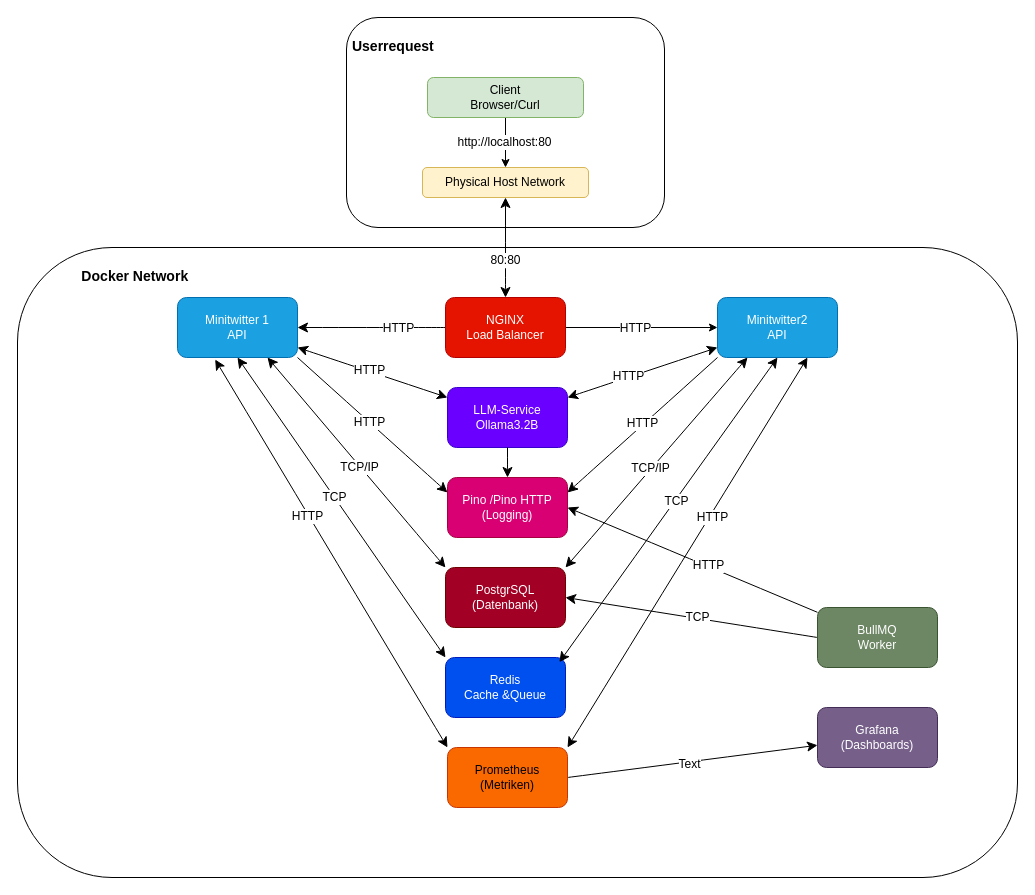
Before: arcitecture/Microservices Architektur.drawio in Spooner8/minitwitter, a draw.io diagram. Source tidied: cells renumbered, new cells numbered last; positions are measured from the earlier drawing's top-left corner, leaving out a move shared by most shapes. Both pictures are drawn from the tidied source at 100%, with x=0, y=0 at pixel (17, 17).
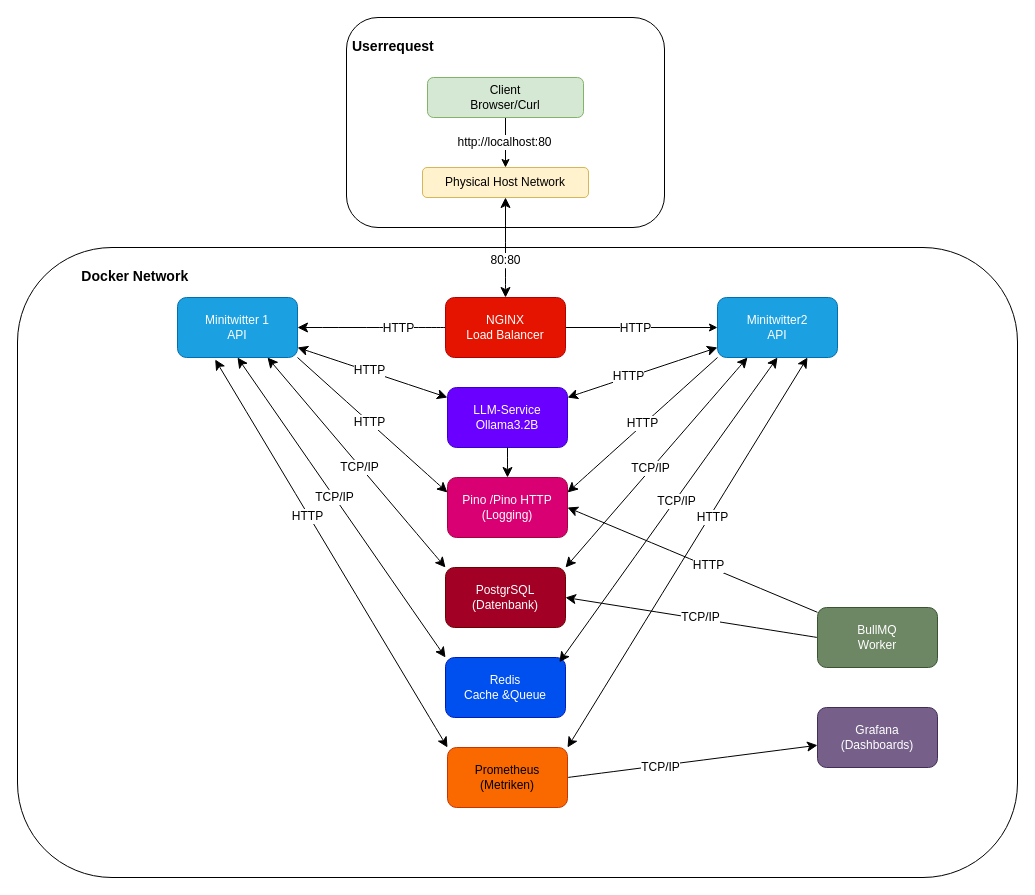
After the change.

The change refers to these unchanged cells:
```xml
<mxCell id="18" style="edgeStyle=none;curved=1;rounded=0;jettySize=auto;html=1;exitX=1;exitY=0.5;exitDx=0;exitDy=0;fontSize=12;startSize=8;endSize=8;" parent="1" edge="1" source="20" target="21">
  <mxGeometry relative="1" as="geometry" />
</mxCell>
<mxCell id="32" style="edgeStyle=none;curved=1;rounded=0;jettySize=auto;html=1;exitX=0;exitY=0.5;exitDx=0;exitDy=0;fontSize=12;startSize=8;endSize=8;entryX=1;entryY=0.5;entryDx=0;entryDy=0;" parent="1" edge="1" source="34" target="31">
  <mxGeometry relative="1" as="geometry" />
</mxCell>
<mxCell id="45" style="endArrow=classic;startArrow=classic;html=1;rounded=0;fontSize=12;startSize=8;endSize=8;curved=1;exitX=0.5;exitY=1;exitDx=0;exitDy=0;entryX=0.949;entryY=0.078;entryDx=0;entryDy=0;entryPerimeter=0;" parent="1" edge="1" source="14" target="17">
  <mxGeometry relative="1" as="geometry" />
</mxCell>
<mxCell id="47" style="endArrow=classic;startArrow=classic;html=1;rounded=0;fontSize=12;startSize=8;endSize=8;curved=1;exitX=0;exitY=0;exitDx=0;exitDy=0;entryX=0.5;entryY=1;entryDx=0;entryDy=0;" parent="1" edge="1" source="17" target="13">
  <mxGeometry relative="1" as="geometry" />
</mxCell>
```

The edit, as a diff of the source:
```diff
@@
-    <mxCell id="19" value="Text" style="edgeLabel;html=1;align=center;verticalAlign=middle;fontSize=12;" parent="18" vertex="1">
-      <mxGeometry x="-0.03" y="-2" relative="1" as="geometry" />
-    </mxCell>
+    <mxCell id="53" value="TCP/IP" style="edgeLabel;html=1;align=center;verticalAlign=middle;fontSize=12;" parent="18" vertex="1">
+      <mxGeometry x="-0.26" y="-1" relative="1" as="geometry" />
+    </mxCell>
@@
-    <mxCell id="33" value="TCP" style="edgeLabel;html=1;align=center;verticalAlign=middle;fontSize=12;" parent="32" vertex="1">
+    <mxCell id="33" value="TCP/IP" style="edgeLabel;html=1;align=center;verticalAlign=middle;fontSize=12;" parent="32" vertex="1">
       <mxGeometry x="-0.05" y="5" relative="1" as="geometry">
-        <mxPoint y="-6" as="offset" />
+        <mxPoint x="3" y="-6" as="offset" />
       </mxGeometry>
     </mxCell>
@@
-    <mxCell id="46" value="TCP" style="edgeLabel;html=1;align=center;verticalAlign=middle;fontSize=12;" parent="45" vertex="1">
+    <mxCell id="46" value="TCP/IP" style="edgeLabel;html=1;align=center;verticalAlign=middle;fontSize=12;" parent="45" vertex="1">
       <mxGeometry x="-0.06" y="1" relative="1" as="geometry" />
     </mxCell>
@@
-    <mxCell id="48" value="TCP" style="edgeLabel;html=1;align=center;verticalAlign=middle;fontSize=12;" parent="47" vertex="1">
+    <mxCell id="48" value="TCP/IP" style="edgeLabel;html=1;align=center;verticalAlign=middle;fontSize=12;" parent="47" vertex="1">
       <mxGeometry x="0.07" relative="1" as="geometry" />
     </mxCell>
```
